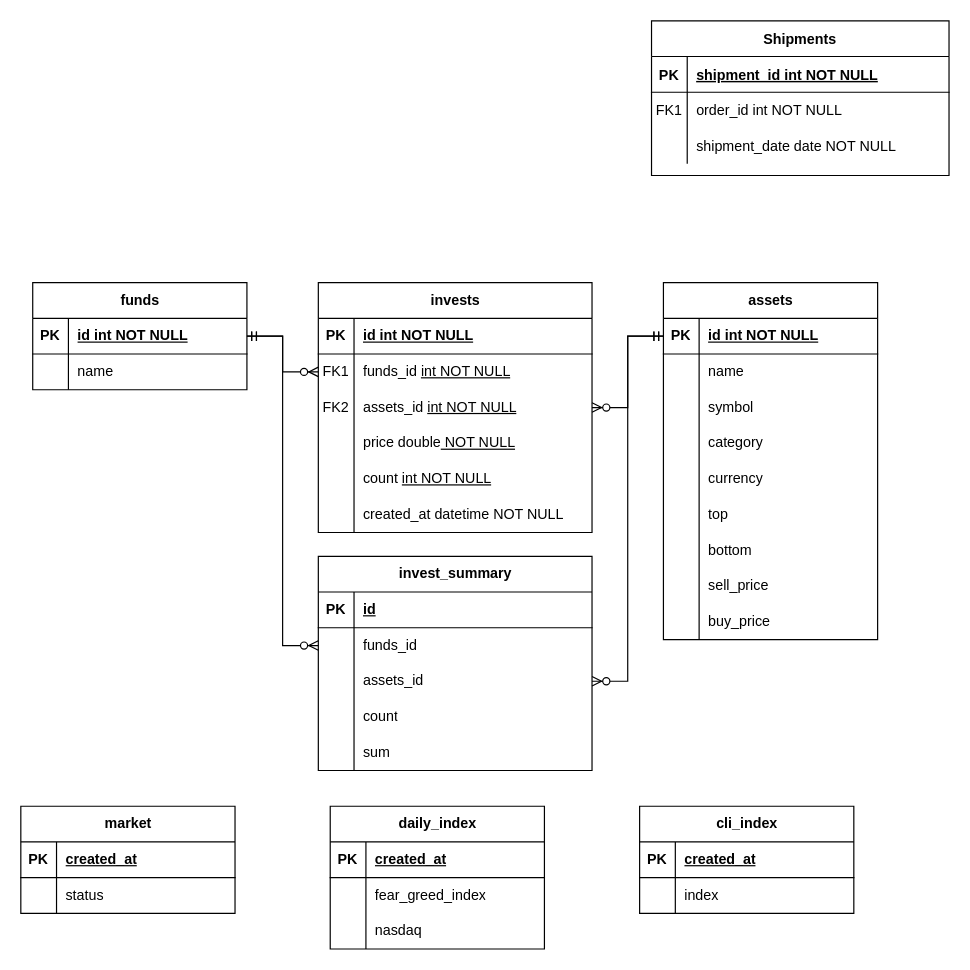
The draw.io diagram invest/invest_model.drawio in ChoSanghyuk/personal_projects, before the edit. Source tidied: cells renumbered, new cells numbered last; positions are measured from the earlier drawing's top-left corner, leaving out a move shared by most shapes. Both pictures are drawn from the tidied source at 119%, with x=0, y=0 at pixel (20, 20).
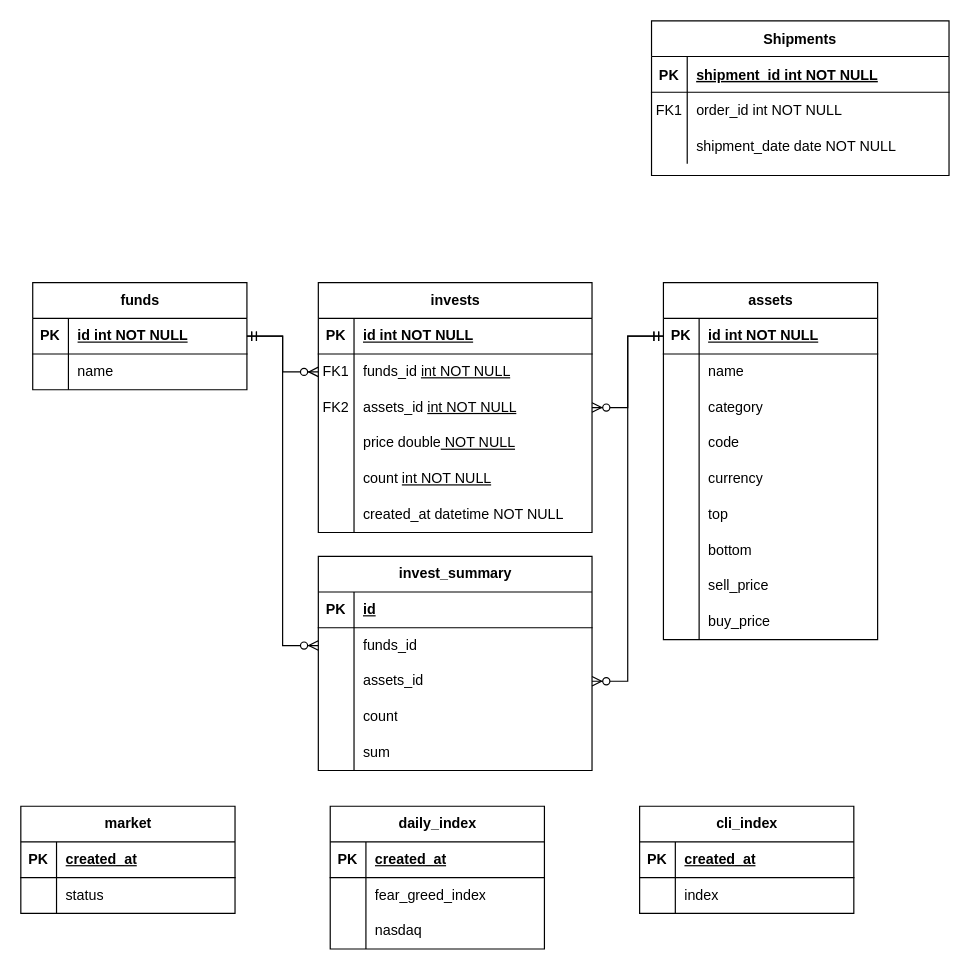
Above is the later version.

Commit message (it also covers changes not shown here):
[invest][refactor] modeling 수정

Unchanged cells that the change refers to:
```xml
<mxCell id="19" style="shape=tableRow;horizontal=0;startSize=0;swimlaneHead=0;swimlaneBody=0;fillColor=none;top=0;left=0;right=0;bottom=0;" parent="12" vertex="1">
  <mxGeometry y="90" width="180" height="30" as="geometry" />
</mxCell>
<mxCell id="22" style="shape=tableRow;horizontal=0;startSize=0;swimlaneHead=0;swimlaneBody=0;fillColor=none;top=0;left=0;right=0;bottom=0;" parent="12" vertex="1">
  <mxGeometry y="120" width="180" height="30" as="geometry" />
</mxCell>
```

Change to the diagram source:
```diff
@@
-    <mxCell id="21" value="symbol" style="shape=partialRectangle;fillColor=none;top=0;left=0;bottom=0;right=0;align=left;spacingLeft=6;overflow=hidden;whiteSpace=wrap;html=1;" parent="19" vertex="1">
+    <mxCell id="21" value="category" style="shape=partialRectangle;fillColor=none;top=0;left=0;bottom=0;right=0;align=left;spacingLeft=6;overflow=hidden;whiteSpace=wrap;html=1;" parent="19" vertex="1">
       <mxGeometry x="30" width="150" height="30" as="geometry" />
     </mxCell>
@@
-    <mxCell id="24" value="category" style="shape=partialRectangle;fillColor=none;top=0;left=0;bottom=0;right=0;align=left;spacingLeft=6;overflow=hidden;whiteSpace=wrap;html=1;" parent="22" vertex="1">
+    <mxCell id="24" value="code" style="shape=partialRectangle;fillColor=none;top=0;left=0;bottom=0;right=0;align=left;spacingLeft=6;overflow=hidden;whiteSpace=wrap;html=1;" parent="22" vertex="1">
       <mxGeometry x="30" width="150" height="30" as="geometry" />
     </mxCell>
```
